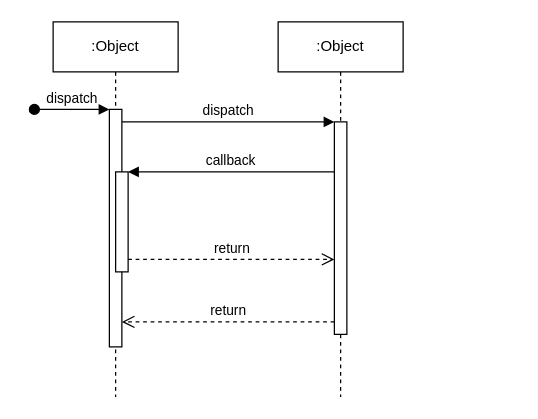
The draw.io diagram Diagrama de Sequência(RF002).drawio in JoaoGans/DRAW.tcc, before the edit. Source tidied: cells renumbered, new cells numbered last; positions are measured from the earlier drawing's top-left corner, leaving out a move shared by most shapes. Both pictures are drawn from the tidied source at 125%, with x=0, y=0 at pixel (34, 21).
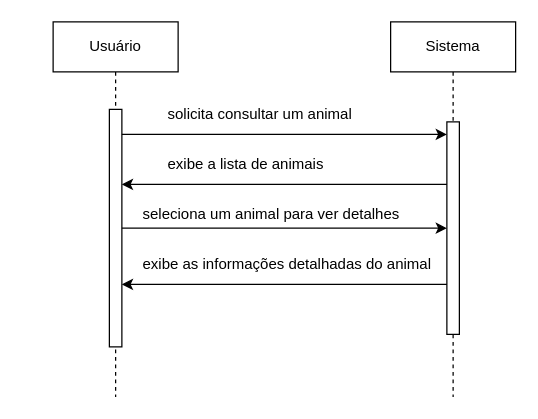
The same diagram, later.

Diff of the diagram source:
```diff
@@
 <mxGraphModel>
   <root>
     <mxCell id="0" />
     <mxCell id="1" parent="0" />
-    <mxCell id="2" value=":Object" style="shape=umlLifeline;perimeter=lifelinePerimeter;whiteSpace=wrap;html=1;newEdgeStyle={&quot;edgeStyle&quot;:&quot;elbowEdgeStyle&quot;,&quot;elbow&quot;:&quot;vertical&quot;,&quot;curved&quot;:0,&quot;rounded&quot;:0};" parent="1" vertex="1">
+    <mxCell id="2" value="Usuário" style="shape=umlLifeline;perimeter=lifelinePerimeter;whiteSpace=wrap;html=1;newEdgeStyle={&quot;edgeStyle&quot;:&quot;elbowEdgeStyle&quot;,&quot;elbow&quot;:&quot;vertical&quot;,&quot;curved&quot;:0,&quot;rounded&quot;:0};" parent="1" vertex="1">
       <mxGeometry x="15" width="100" height="300" as="geometry" />
     </mxCell>
     <mxCell id="3" style="html=1;points=[];perimeter=orthogonalPerimeter;outlineConnect=0;targetShapes=umlLifeline;portConstraint=eastwest;newEdgeStyle={&quot;edgeStyle&quot;:&quot;elbowEdgeStyle&quot;,&quot;elbow&quot;:&quot;vertical&quot;,&quot;curved&quot;:0,&quot;rounded&quot;:0};" parent="2" vertex="1">
       <mxGeometry x="45" y="70" width="10" height="190" as="geometry" />
     </mxCell>
-    <mxCell id="4" value="dispatch" style="html=1;verticalAlign=bottom;startArrow=oval;endArrow=block;startSize=8;edgeStyle=elbowEdgeStyle;elbow=vertical;curved=0;rounded=0;" parent="2" edge="1" target="3">
-      <mxGeometry relative="1" as="geometry">
-        <mxPoint x="-15" y="70" as="sourcePoint" />
-      </mxGeometry>
-    </mxCell>
-    <mxCell id="5" style="html=1;points=[];perimeter=orthogonalPerimeter;outlineConnect=0;targetShapes=umlLifeline;portConstraint=eastwest;newEdgeStyle={&quot;edgeStyle&quot;:&quot;elbowEdgeStyle&quot;,&quot;elbow&quot;:&quot;vertical&quot;,&quot;curved&quot;:0,&quot;rounded&quot;:0};" parent="2" vertex="1">
-      <mxGeometry x="50" y="120" width="10" height="80" as="geometry" />
-    </mxCell>
-    <mxCell id="6" value=":Object" style="shape=umlLifeline;perimeter=lifelinePerimeter;whiteSpace=wrap;html=1;newEdgeStyle={&quot;edgeStyle&quot;:&quot;elbowEdgeStyle&quot;,&quot;elbow&quot;:&quot;vertical&quot;,&quot;curved&quot;:0,&quot;rounded&quot;:0};" parent="1" vertex="1">
-      <mxGeometry x="195" width="100" height="300" as="geometry" />
+    <mxCell id="6" value="Sistema" style="shape=umlLifeline;perimeter=lifelinePerimeter;whiteSpace=wrap;html=1;newEdgeStyle={&quot;edgeStyle&quot;:&quot;elbowEdgeStyle&quot;,&quot;elbow&quot;:&quot;vertical&quot;,&quot;curved&quot;:0,&quot;rounded&quot;:0};" parent="1" vertex="1">
+      <mxGeometry x="285" width="100" height="300" as="geometry" />
     </mxCell>
     <mxCell id="7" style="html=1;points=[];perimeter=orthogonalPerimeter;outlineConnect=0;targetShapes=umlLifeline;portConstraint=eastwest;newEdgeStyle={&quot;edgeStyle&quot;:&quot;elbowEdgeStyle&quot;,&quot;elbow&quot;:&quot;vertical&quot;,&quot;curved&quot;:0,&quot;rounded&quot;:0};" parent="6" vertex="1">
       <mxGeometry x="45" y="80" width="10" height="170" as="geometry" />
     </mxCell>
+    <mxCell id="12" style="endArrow=classic;html=1;rounded=0;" parent="1" edge="1" target="7">
+      <mxGeometry relative="1" as="geometry">
+        <mxPoint x="70" y="90" as="sourcePoint" />
+      </mxGeometry>
+    </mxCell>
+    <mxCell id="13" value="solicita consultar um animal" style="text;whiteSpace=wrap;html=1;" parent="1" vertex="1">
+      <mxGeometry x="105" y="60" width="180" height="40" as="geometry" />
+    </mxCell>
+    <mxCell id="14" style="endArrow=classic;html=1;rounded=0;" parent="1" edge="1" source="7">
+      <mxGeometry relative="1" as="geometry">
+        <mxPoint x="70" y="130" as="targetPoint" />
+      </mxGeometry>
+    </mxCell>
+    <mxCell id="15" value="exibe a lista de animais" style="text;whiteSpace=wrap;html=1;" parent="1" vertex="1">
+      <mxGeometry x="105" y="100" width="160" height="40" as="geometry" />
+    </mxCell>
-    <mxCell id="8" value="dispatch" style="html=1;verticalAlign=bottom;endArrow=block;edgeStyle=elbowEdgeStyle;elbow=vertical;curved=0;rounded=0;" parent="1" edge="1" source="3" target="7">
-      <mxGeometry relative="1" as="geometry">
-        <Array as="points">
-          <mxPoint x="155" y="80" />
-        </Array>
-      </mxGeometry>
+    <mxCell id="8" style="endArrow=classic;html=1;rounded=0;" parent="1" edge="1" source="3" target="7">
+      <mxGeometry relative="1" as="geometry" />
     </mxCell>
-    <mxCell id="9" value="return" style="html=1;verticalAlign=bottom;endArrow=open;dashed=1;endSize=8;edgeStyle=elbowEdgeStyle;elbow=vertical;curved=0;rounded=0;" parent="1" edge="1" source="7" target="3">
-      <mxGeometry relative="1" as="geometry">
-        <Array as="points">
-          <mxPoint x="165" y="240" />
-        </Array>
-      </mxGeometry>
-    </mxCell>
-    <mxCell id="10" value="callback" style="html=1;verticalAlign=bottom;endArrow=block;edgeStyle=elbowEdgeStyle;elbow=vertical;curved=0;rounded=0;" parent="1" edge="1" source="7" target="5">
-      <mxGeometry relative="1" as="geometry">
-        <Array as="points">
-          <mxPoint x="165" y="120" />
-        </Array>
-      </mxGeometry>
-    </mxCell>
-    <mxCell id="11" value="return" style="html=1;verticalAlign=bottom;endArrow=open;dashed=1;endSize=8;edgeStyle=elbowEdgeStyle;elbow=vertical;curved=0;rounded=0;" parent="1" edge="1" source="5" target="7">
-      <mxGeometry relative="1" as="geometry">
-        <Array as="points">
-          <mxPoint x="155" y="190" />
-        </Array>
-      </mxGeometry>
-    </mxCell>
+    <mxCell id="16" value="seleciona um animal para ver detalhes" style="text;whiteSpace=wrap;html=1;" parent="1" vertex="1">
+      <mxGeometry x="85" y="140" width="240" height="40" as="geometry" />
+    </mxCell>
+    <mxCell id="17" style="endArrow=classic;html=1;rounded=0;" parent="1" edge="1" source="7">
+      <mxGeometry relative="1" as="geometry">
+        <mxPoint x="70" y="210" as="targetPoint" />
+      </mxGeometry>
+    </mxCell>
+    <mxCell id="18" value="exibe as informações detalhadas do animal" style="text;whiteSpace=wrap;html=1;" parent="1" vertex="1">
+      <mxGeometry x="85" y="180" width="260" height="40" as="geometry" />
+    </mxCell>
   </root>
 </mxGraphModel>
```
